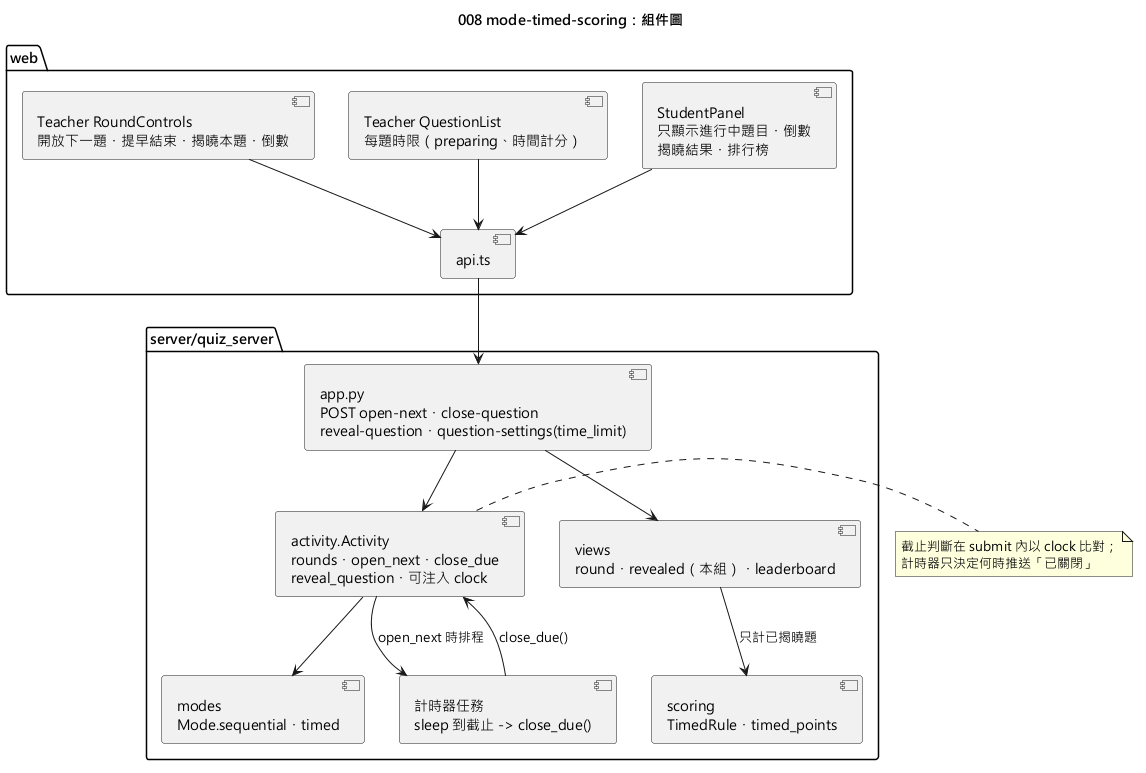
Above: diagrams/008-mode-timed-scoring-component.png in yue083139/software_fin-speckit (PlantUML), before the change.
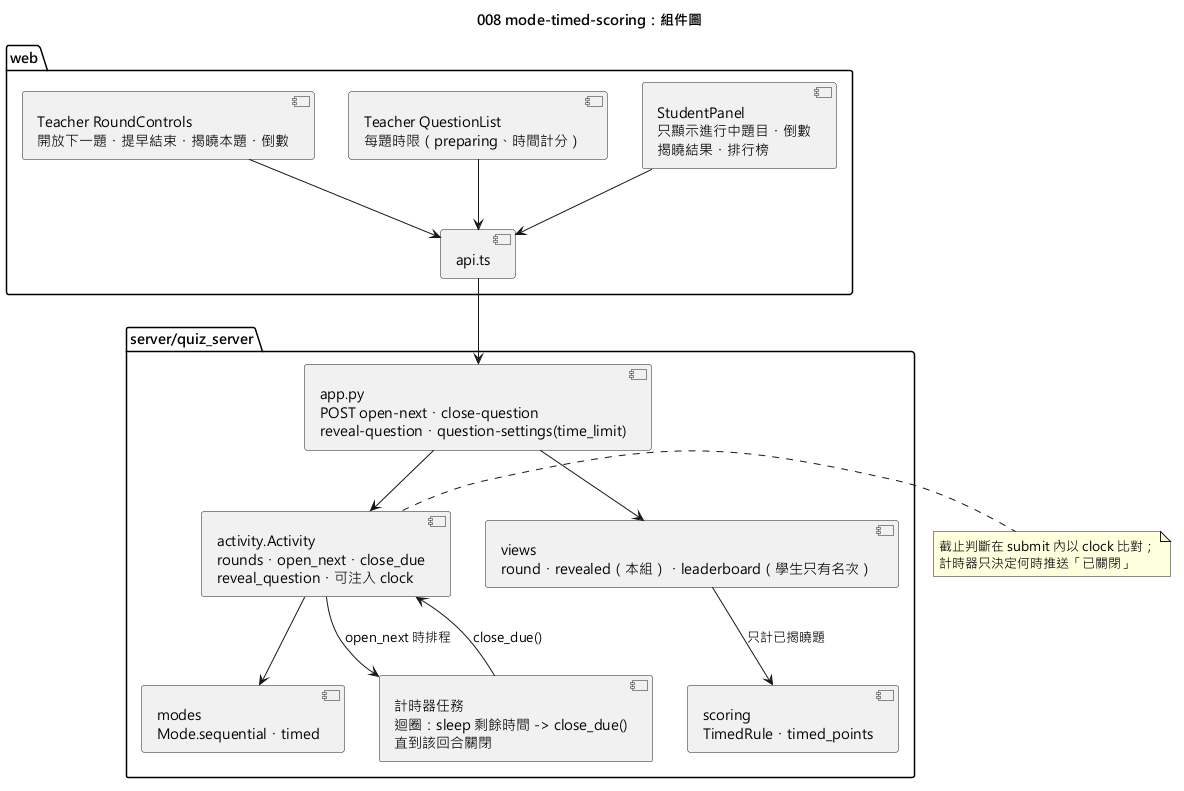
Above is the later version.

The edit, as a diff of the source:
```diff
@@ -13,9 +13,9 @@
   [app.py\nPOST open-next・close-question\nreveal-question・question-settings(time_limit)] as App
   [modes\nMode.sequential・timed] as Modes
   [activity.Activity\nrounds・open_next・close_due\nreveal_question・可注入 clock] as Act
-  [計時器任務\nsleep 到截止 -> close_due()] as Timer
+  [計時器任務\n迴圈：sleep 剩餘時間 -> close_due()\n直到該回合關閉] as Timer
   [scoring\nTimedRule・timed_points] as Scoring
-  [views\nround・revealed（本組）・leaderboard] as Views
+  [views\nround・revealed（本組）・leaderboard（學生只有名次）] as Views
 }
 
 TRound --> Api
```
